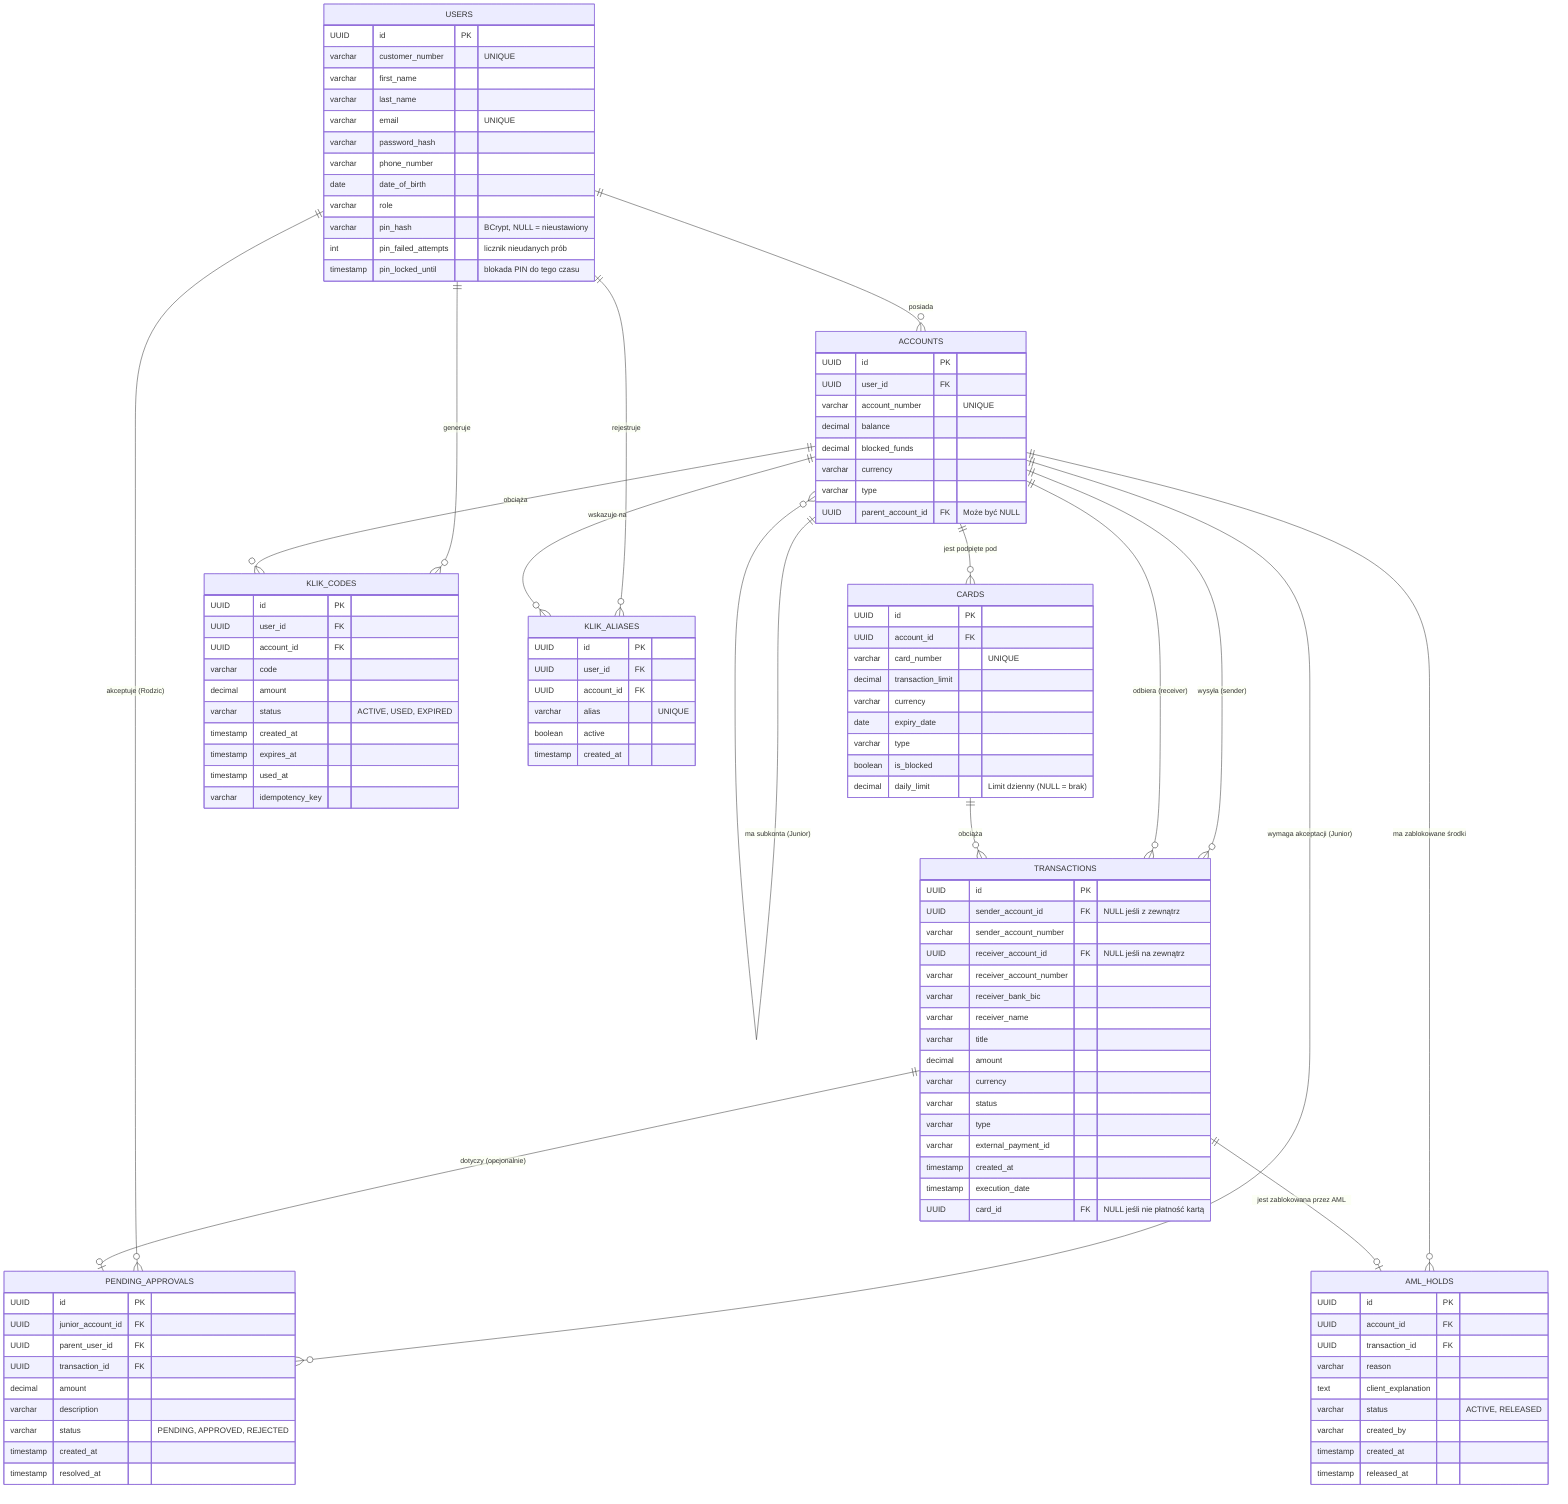
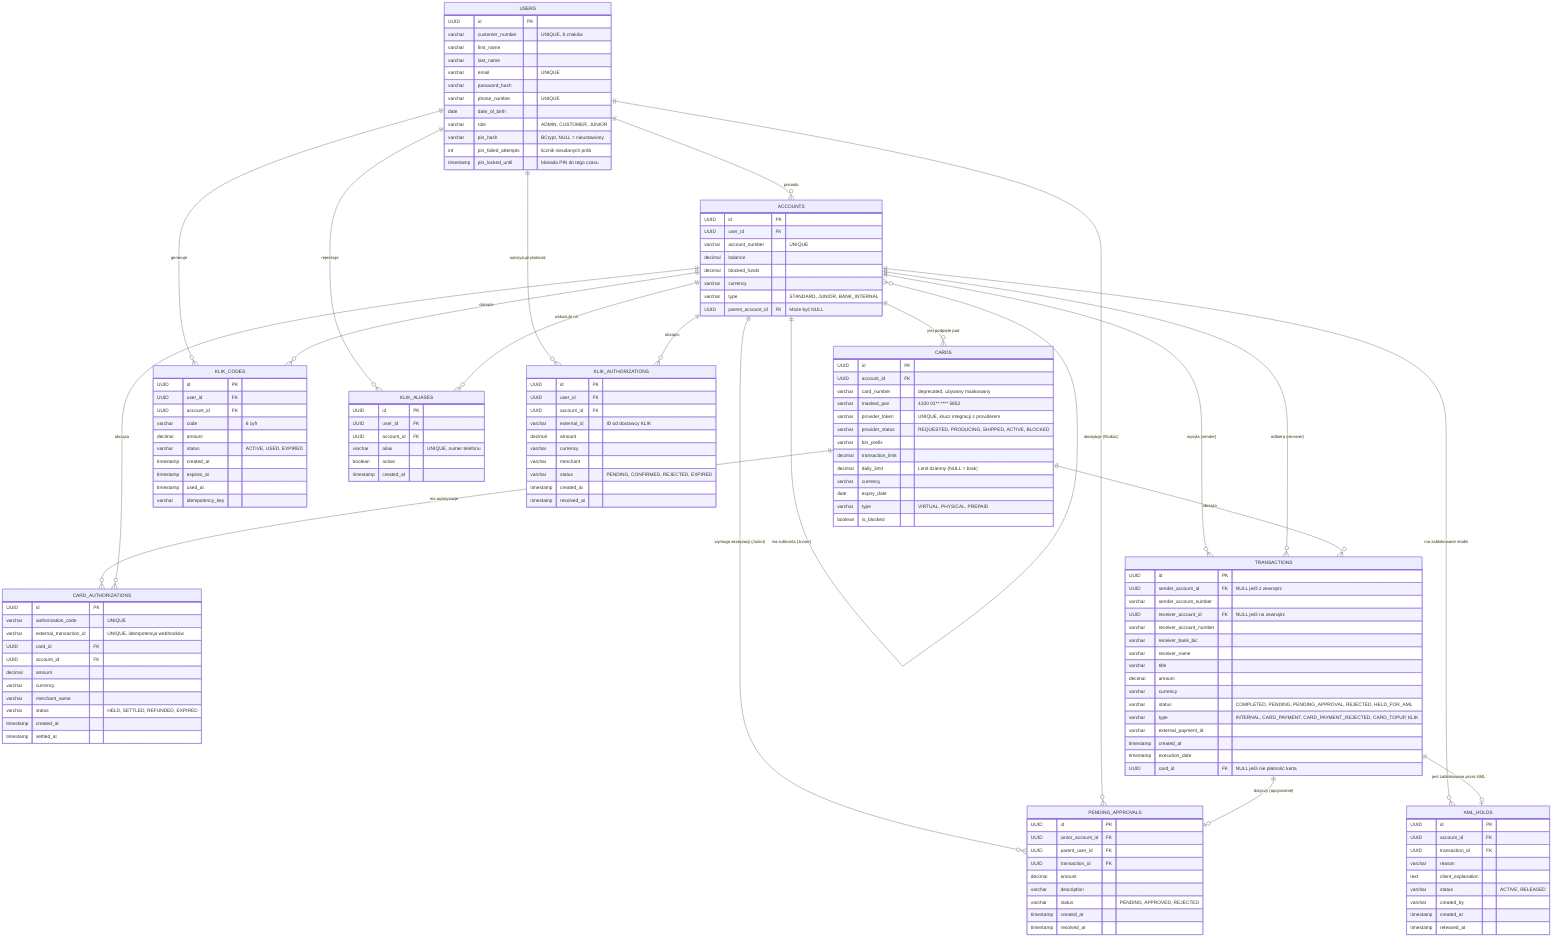
+ 
erDiagram
-     %% ==========================================
-     %% GŁÓWNE TABELE
-     %% ==========================================
    USERS {
        UUID id PK
-         varchar customer_number "UNIQUE"
+         varchar customer_number "UNIQUE, 8 znaków"
        varchar first_name
        varchar last_name
        varchar email "UNIQUE"
        varchar password_hash
-         varchar phone_number
+         varchar phone_number "UNIQUE"
        date date_of_birth
-         varchar role
+         varchar role "ADMIN, CUSTOMER, JUNIOR"
        varchar pin_hash "BCrypt, NULL = nieustawiony"
        int pin_failed_attempts "licznik nieudanych prób"
        timestamp pin_locked_until "blokada PIN do tego czasu"
    }

    ACCOUNTS {
        UUID id PK
        UUID user_id FK
        varchar account_number "UNIQUE"
        decimal balance
        decimal blocked_funds
        varchar currency
-         varchar type
+         varchar type "STANDARD, JUNIOR, BANK_INTERNAL"
        UUID parent_account_id FK "Może być NULL"
    }

    CARDS {
        UUID id PK
        UUID account_id FK
-         varchar card_number "UNIQUE"
+         varchar card_number "deprecated, używany maskowany"
+         varchar masked_pan "4100 01** **** 5852"
+         varchar provider_token "UNIQUE, klucz integracji z providerem"
+         varchar provider_status "REQUESTED, PRODUCING, SHIPPED, ACTIVE, BLOCKED"
+         varchar bin_prefix
        decimal transaction_limit
+         decimal daily_limit "Limit dzienny (NULL = brak)"
        varchar currency
        date expiry_date
-         varchar type
+         varchar type "VIRTUAL, PHYSICAL, PREPAID"
        boolean is_blocked
-         decimal daily_limit "Limit dzienny (NULL = brak)"
+     }
+ 
+     CARD_AUTHORIZATIONS {
+         UUID id PK
+         varchar authorization_code "UNIQUE"
+         varchar external_transaction_id "UNIQUE, idempotencja webhooków"
+         UUID card_id FK
+         UUID account_id FK
+         decimal amount
+         varchar currency
+         varchar merchant_name
+         varchar status "HELD, SETTLED, REFUNDED, EXPIRED"
+         timestamp created_at
+         timestamp settled_at
    }

    TRANSACTIONS {
        UUID id PK
        UUID sender_account_id FK "NULL jeśli z zewnątrz"
        varchar sender_account_number
        UUID receiver_account_id FK "NULL jeśli na zewnątrz"
        varchar receiver_account_number
        varchar receiver_bank_bic
        varchar receiver_name
        varchar title
        decimal amount
        varchar currency
-         varchar status
-         varchar type
+         varchar status "COMPLETED, PENDING, PENDING_APPROVAL, REJECTED, HELD_FOR_AML"
+         varchar type "INTERNAL, CARD_PAYMENT, CARD_PAYMENT_REJECTED, CARD_TOPUP, KLIK"
        varchar external_payment_id
        timestamp created_at
        timestamp execution_date
        UUID card_id FK "NULL jeśli nie płatność kartą"
    }

-     %% ==========================================
-     %% TABELE ROZSZERZAJĄCE
-     %% ==========================================
    PENDING_APPROVALS {
        UUID id PK
        UUID junior_account_id FK
        UUID parent_user_id FK
        UUID transaction_id FK
        decimal amount
        varchar description
        varchar status "PENDING, APPROVED, REJECTED"
        timestamp created_at
        timestamp resolved_at
    }

    KLIK_CODES {
        UUID id PK
        UUID user_id FK
        UUID account_id FK
-         varchar code
+         varchar code "6 cyfr"
        decimal amount
        varchar status "ACTIVE, USED, EXPIRED"
        timestamp created_at
        timestamp expires_at
        timestamp used_at
        varchar idempotency_key
    }

    KLIK_ALIASES {
        UUID id PK
        UUID user_id FK
        UUID account_id FK
-         varchar alias "UNIQUE"
+         varchar alias "UNIQUE, numer telefonu"
        boolean active
        timestamp created_at
+     }
+ 
+     KLIK_AUTHORIZATIONS {
+         UUID id PK
+         UUID user_id FK
+         UUID account_id FK
+         varchar external_id "ID od dostawcy KLIK"
+         decimal amount
+         varchar currency
+         varchar merchant
+         varchar status "PENDING, CONFIRMED, REJECTED, EXPIRED"
+         timestamp created_at
+         timestamp resolved_at
    }

    AML_HOLDS {
        UUID id PK
        UUID account_id FK
        UUID transaction_id FK
        varchar reason
        text client_explanation
        varchar status "ACTIVE, RELEASED"
        varchar created_by
        timestamp created_at
        timestamp released_at
    }

-     %% ==========================================
-     %% RELACJE
-     %% ==========================================
    USERS ||--o{ ACCOUNTS : "posiada"
    ACCOUNTS ||--o{ ACCOUNTS : "ma subkonta (Junior)"

    ACCOUNTS ||--o{ CARDS : "jest podpięte pod"
+     CARDS ||--o{ CARD_AUTHORIZATIONS : "ma autoryzacje"
+     ACCOUNTS ||--o{ CARD_AUTHORIZATIONS : "obciąża"

    ACCOUNTS ||--o{ TRANSACTIONS : "wysyła (sender)"
    ACCOUNTS ||--o{ TRANSACTIONS : "odbiera (receiver)"
+     CARDS ||--o{ TRANSACTIONS : "obciąża"

-     %% Relacje Pending Approvals
    ACCOUNTS ||--o{ PENDING_APPROVALS : "wymaga akceptacji (Junior)"
    USERS ||--o{ PENDING_APPROVALS : "akceptuje (Rodzic)"
    TRANSACTIONS ||--o| PENDING_APPROVALS : "dotyczy (opcjonalnie)"

-     %% Relacje BLIK (KLIK)
    USERS ||--o{ KLIK_CODES : "generuje"
    ACCOUNTS ||--o{ KLIK_CODES : "obciąża"
- 
    USERS ||--o{ KLIK_ALIASES : "rejestruje"
    ACCOUNTS ||--o{ KLIK_ALIASES : "wskazuje na"
+     USERS ||--o{ KLIK_AUTHORIZATIONS : "autoryzuje płatność"
+     ACCOUNTS ||--o{ KLIK_AUTHORIZATIONS : "obciąża"

-     %% Relacje AML
    ACCOUNTS ||--o{ AML_HOLDS : "ma zablokowane środki"
    TRANSACTIONS ||--o| AML_HOLDS : "jest zablokowana przez AML"
- 
-     CARDS ||--o{ TRANSACTIONS : "obciąża"